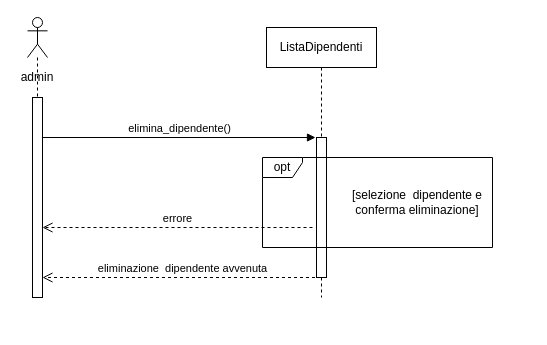
This is Diagrammi_delle_sequenze/modificabili/diagramma_elimina_dipendente.drawio from fd-col/ProgettoIngegneriaDelSoftware, a draw.io file, before an edit. Source tidied: cells renumbered, new cells numbered last; positions are measured from the earlier drawing's top-left corner, leaving out a move shared by most shapes. Both pictures are drawn from the tidied source at 100%, with x=0, y=0 at pixel (17, 17).
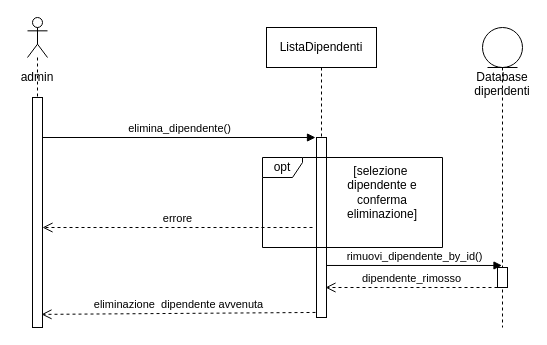
Above is the later version.

Change to the diagram source:
```diff
@@
 <mxGraphModel>
   <root>
     <mxCell id="0" />
     <mxCell id="1" parent="0" />
     <mxCell id="2" style="shape=umlLifeline;participant=umlActor;perimeter=lifelinePerimeter;whiteSpace=wrap;html=1;verticalAlign=top;spacingTop=36;" parent="1" vertex="1">
       <mxGeometry x="10" width="20" height="90" as="geometry" />
     </mxCell>
     <mxCell id="3" style="html=1;points=[];perimeter=orthogonalPerimeter;" parent="1" vertex="1">
-      <mxGeometry x="15" y="80" width="10" height="200" as="geometry" />
+      <mxGeometry x="15" y="80" width="10" height="230" as="geometry" />
     </mxCell>
     <mxCell id="4" value="admin" style="text;html=1;strokeColor=none;fillColor=none;align=center;verticalAlign=middle;whiteSpace=wrap;rounded=0;" parent="1" vertex="1">
       <mxGeometry y="50" width="40" height="20" as="geometry" />
     </mxCell>
     <mxCell id="5" value="&lt;div&gt;ListaDipendenti&lt;/div&gt;" style="shape=umlLifeline;perimeter=lifelinePerimeter;whiteSpace=wrap;html=1;outlineConnect=0;" parent="1" vertex="1">
-      <mxGeometry x="249" y="10" width="110" height="270" as="geometry" />
+      <mxGeometry x="249" y="10" width="110" height="290" as="geometry" />
     </mxCell>
     <mxCell id="6" style="html=1;points=[];perimeter=orthogonalPerimeter;" parent="5" vertex="1">
-      <mxGeometry x="50" y="110" width="10" height="140" as="geometry" />
+      <mxGeometry x="50" y="110" width="10" height="180" as="geometry" />
     </mxCell>
     <mxCell id="7" value="elimina_dipendente()" style="html=1;verticalAlign=bottom;endArrow=block;" parent="1" edge="1">
       <mxGeometry relative="1" as="geometry">
         <mxPoint x="25" y="120" as="sourcePoint" />
         <mxPoint x="298" y="120" as="targetPoint" />
       </mxGeometry>
     </mxCell>
     <mxCell id="8" value="errore" style="html=1;verticalAlign=bottom;endArrow=open;dashed=1;endSize=8;" parent="1" edge="1">
       <mxGeometry relative="1" as="geometry">
         <mxPoint x="295" y="210" as="sourcePoint" />
         <mxPoint x="25" y="210" as="targetPoint" />
       </mxGeometry>
     </mxCell>
     <mxCell id="9" value="opt" style="shape=umlFrame;whiteSpace=wrap;html=1;width=40;height=20;" parent="1" vertex="1">
-      <mxGeometry x="245" y="140" width="230" height="90" as="geometry" />
+      <mxGeometry x="245" y="140" width="180" height="90" as="geometry" />
     </mxCell>
     <mxCell id="10" value="[selezione&amp;nbsp; dipendente e conferma eliminazione]" style="text;html=1;strokeColor=none;fillColor=none;align=center;verticalAlign=middle;whiteSpace=wrap;rounded=0;" parent="1" vertex="1">
-      <mxGeometry x="325" y="150" width="150" height="70" as="geometry" />
+      <mxGeometry x="325" y="150" width="80" height="50" as="geometry" />
     </mxCell>
-    <mxCell id="11" value="eliminazione&amp;nbsp; dipendente avvenuta" style="html=1;verticalAlign=bottom;endArrow=open;dashed=1;endSize=8;" parent="1" edge="1" source="5">
-      <mxGeometry relative="1" as="geometry">
-        <mxPoint x="25" y="260" as="targetPoint" />
-      </mxGeometry>
+    <mxCell id="11" value="eliminazione&amp;nbsp; dipendente avvenuta" style="html=1;verticalAlign=bottom;endArrow=open;dashed=1;endSize=8;entryX=0.9;entryY=0.943;entryDx=0;entryDy=0;entryPerimeter=0;exitX=-0.1;exitY=0.972;exitDx=0;exitDy=0;exitPerimeter=0;" parent="1" edge="1" source="6" target="3">
+      <mxGeometry relative="1" as="geometry" />
     </mxCell>
+    <mxCell id="12" value="Database&lt;br&gt;dipendenti" style="shape=umlLifeline;participant=umlEntity;perimeter=lifelinePerimeter;whiteSpace=wrap;html=1;verticalAlign=top;spacingTop=36;outlineConnect=0;" parent="1" vertex="1">
+      <mxGeometry x="465" y="10" width="40" height="300" as="geometry" />
+    </mxCell>
+    <mxCell id="13" value="rimuovi_dipendente_by_id()" style="html=1;verticalAlign=bottom;endArrow=block;exitX=1;exitY=0.711;exitDx=0;exitDy=0;exitPerimeter=0;" parent="1" edge="1" source="6" target="12">
+      <mxGeometry relative="1" as="geometry" />
+    </mxCell>
+    <mxCell id="14" style="html=1;points=[];perimeter=orthogonalPerimeter;" parent="1" vertex="1">
+      <mxGeometry x="480" y="250" width="10" height="20" as="geometry" />
+    </mxCell>
+    <mxCell id="15" value="dipendente_rimosso" style="html=1;verticalAlign=bottom;endArrow=open;dashed=1;endSize=8;" parent="1" edge="1" source="14">
+      <mxGeometry relative="1" as="geometry">
+        <mxPoint x="308" y="270" as="targetPoint" />
+        <Array as="points">
+          <mxPoint x="375" y="270" />
+        </Array>
+      </mxGeometry>
+    </mxCell>
   </root>
 </mxGraphModel>
```
